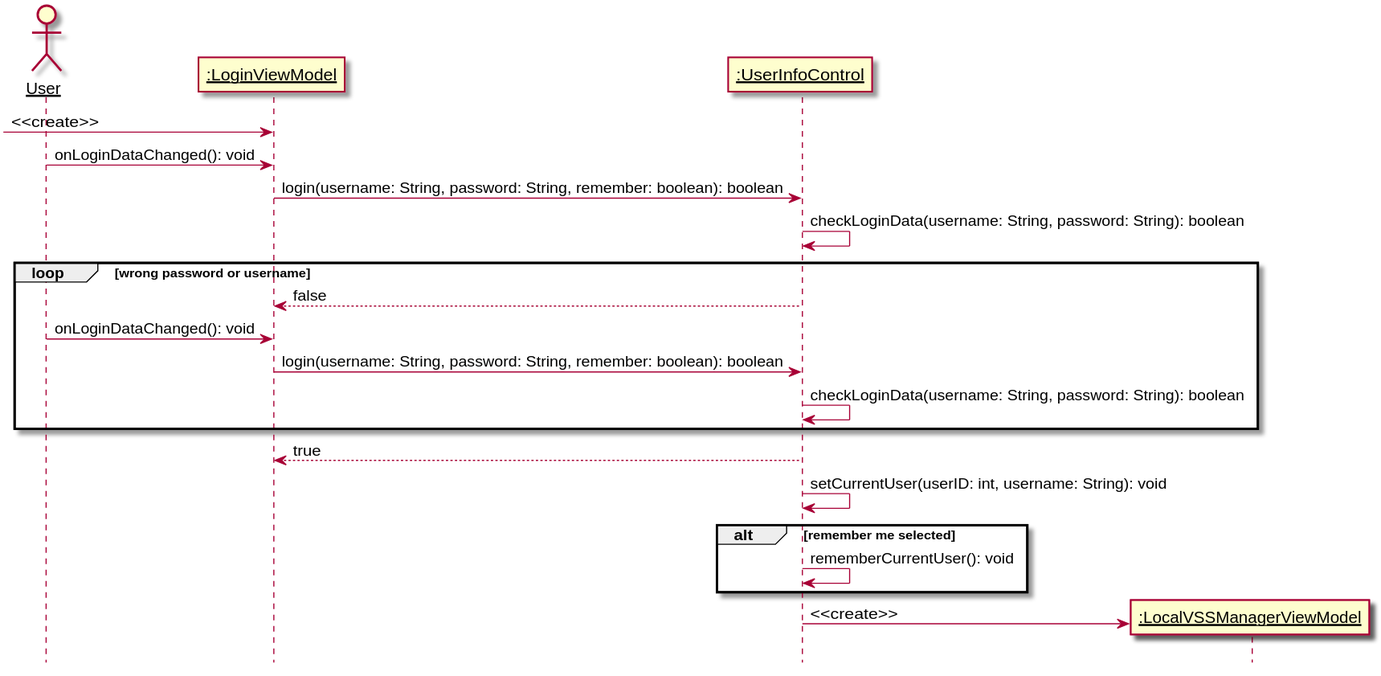
Above: 设计/Diagrams/Login.svg in kpp19920121/doc (PlantUML), before the change.
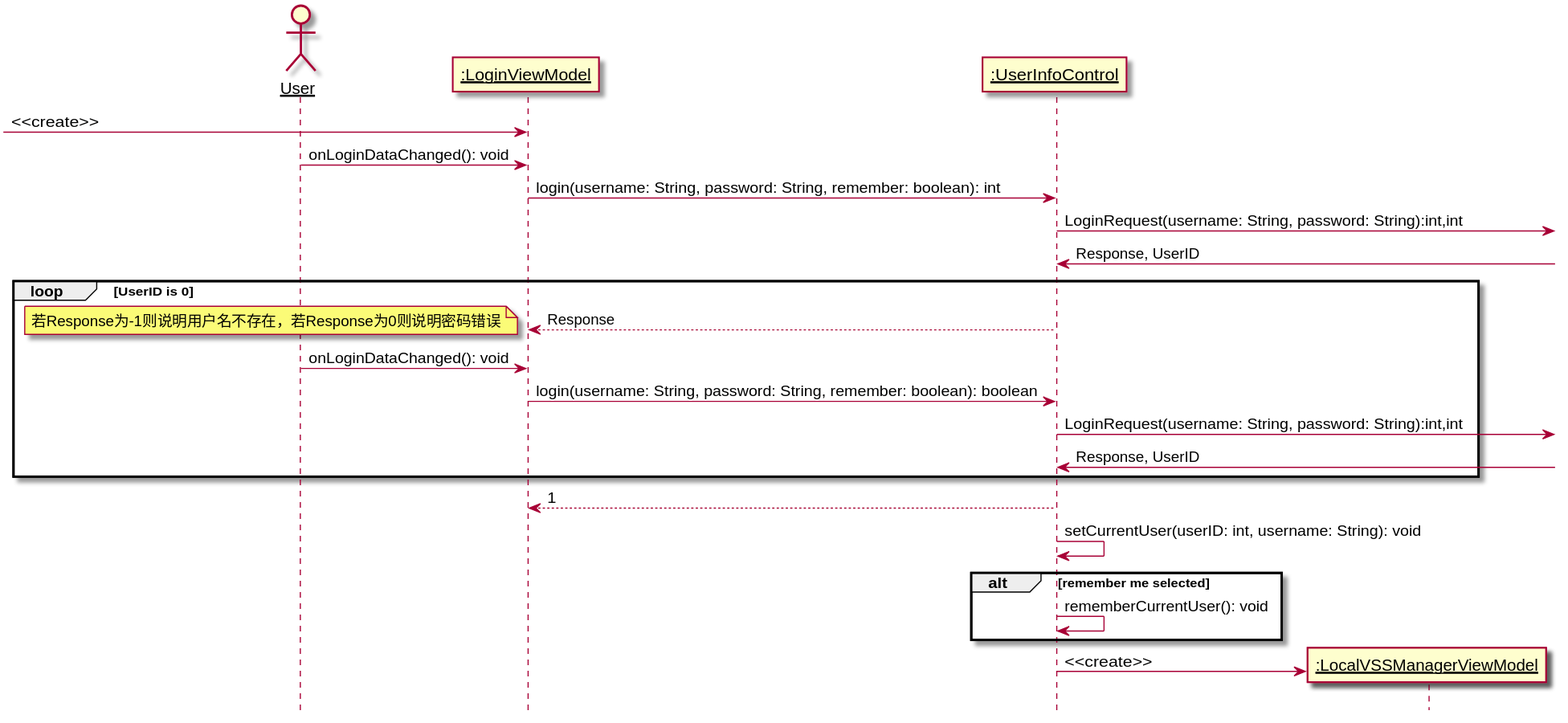
Later version of the same file.

The edit, as a diff of the source:
```diff
@@ -10,16 +10,19 @@
 
 [-> boundary: <<create>>
 user -> boundary: onLoginDataChanged(): void
-boundary -> control: login(username: String, password: String, remember: boolean): boolean
-control -> control: checkLoginData(username: String, password: String): boolean
+boundary -> control: login(username: String, password: String, remember: boolean): int
+control ->: LoginRequest(username: String, password: String):int,int
+control <-:Response, UserID
 
-loop wrong password or username
-    control --> boundary: false
+loop UserID is 0
+    control --> boundary: Response
+    note left:若Response为-1则说明用户名不存在，若Response为0则说明密码错误
     user -> boundary: onLoginDataChanged(): void
     boundary -> control: login(username: String, password: String, remember: boolean): boolean
-    control -> control: checkLoginData(username: String, password: String): boolean
+    control ->: LoginRequest(username: String, password: String):int,int
+    control <-:Response, UserID
 end
-control --> boundary: true
+control --> boundary: 1
 control -> control: setCurrentUser(userID: int, username: String): void
 
 alt remember me selected
```
